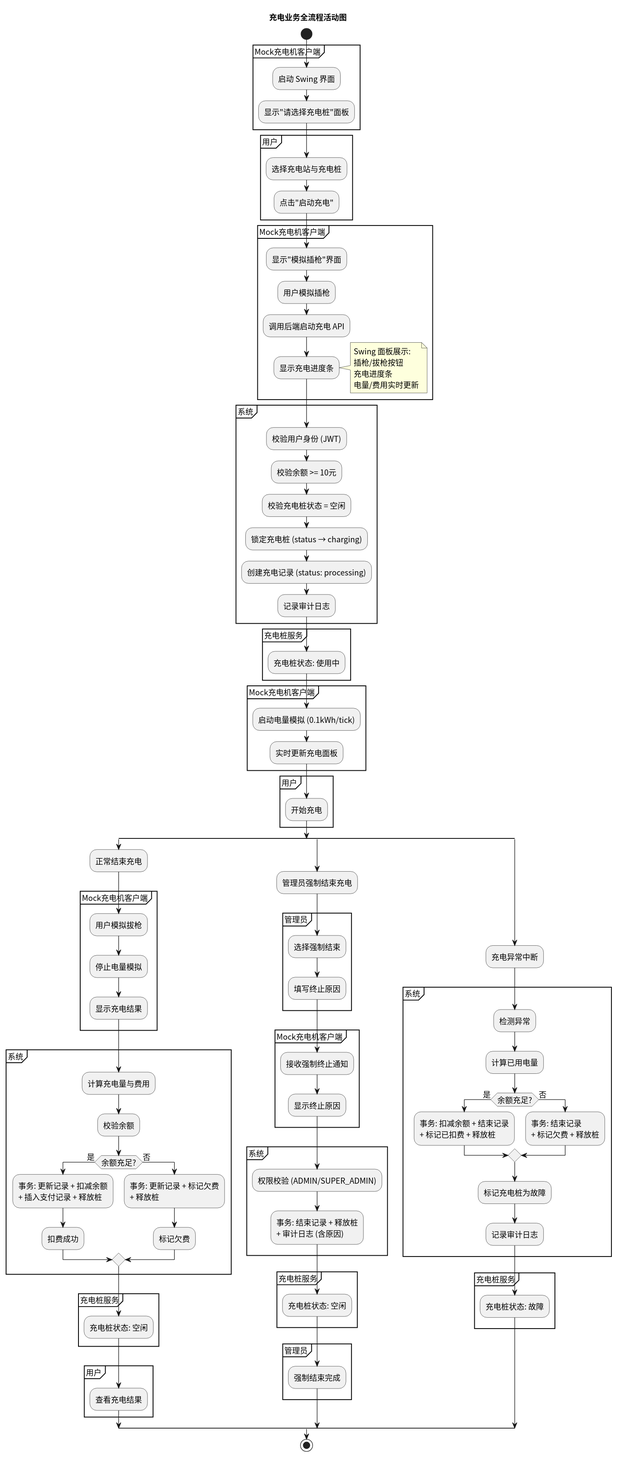
greenhandzdl/charging-station-doc keeps this PlantUML diagram as activity/img/activity_charging.svg. Above is the earlier version.
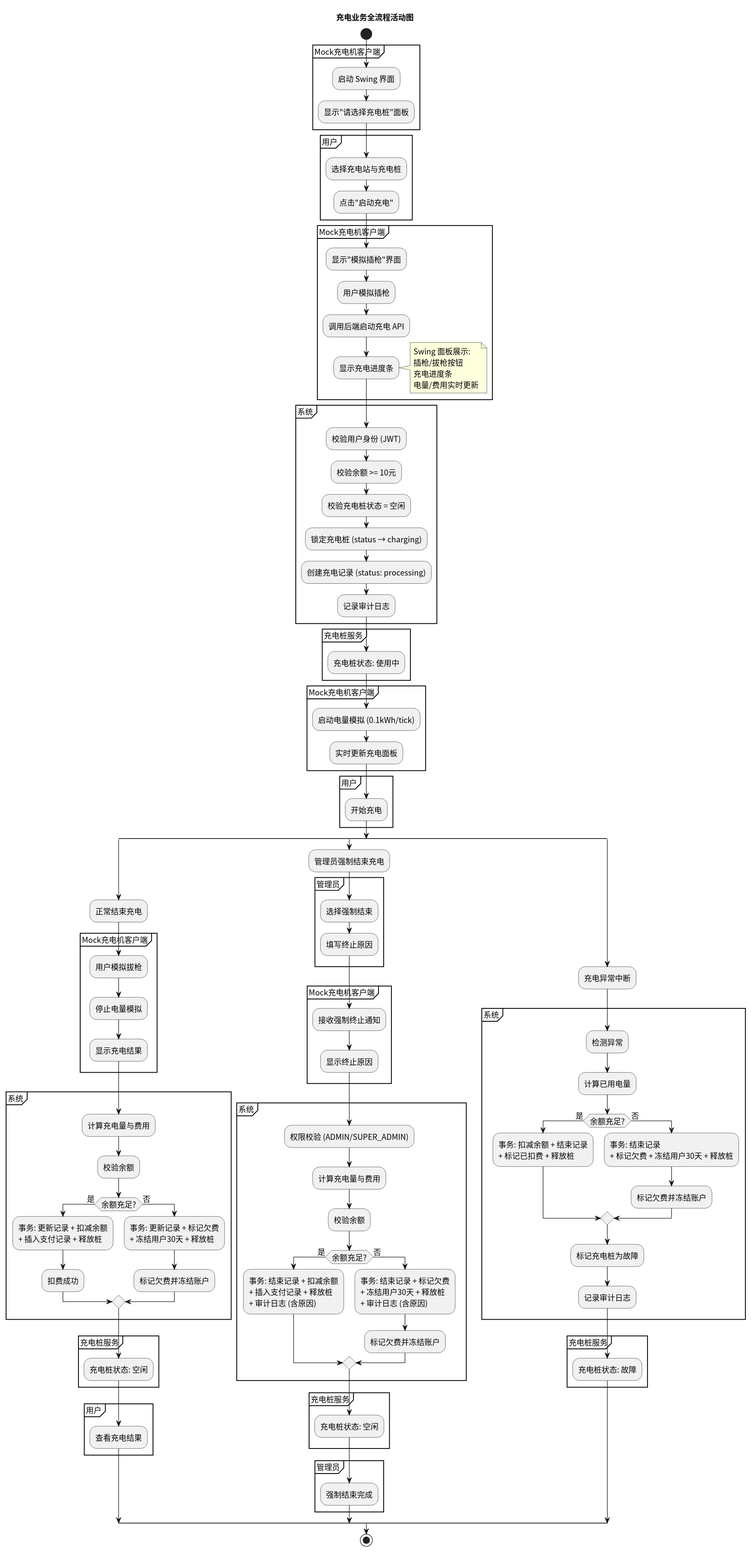
After the change.

What changed in the source:
```diff
@@ -65,8 +65,8 @@
       :事务: 更新记录 + 扣减余额\n+ 插入支付记录 + 释放桩;
       :扣费成功;
     else (否)
-      :事务: 更新记录 + 标记欠费\n+ 释放桩;
-      :标记欠费;
+      :事务: 更新记录 + 标记欠费\n+ 冻结用户30天 + 释放桩;
+      :标记欠费并冻结账户;
     endif
   }
 
@@ -92,7 +92,14 @@
 
   partition "系统" {
     :权限校验 (ADMIN/SUPER_ADMIN);
-    :事务: 结束记录 + 释放桩\n+ 审计日志 (含原因);
+    :计算充电量与费用;
+    :校验余额;
+    if (余额充足?) then (是)
+      :事务: 结束记录 + 扣减余额\n+ 插入支付记录 + 释放桩\n+ 审计日志 (含原因);
+    else (否)
+      :事务: 结束记录 + 标记欠费\n+ 冻结用户30天 + 释放桩\n+ 审计日志 (含原因);
+      :标记欠费并冻结账户;
+    endif
   }
 
   partition "充电桩服务" {
@@ -111,7 +118,8 @@
     if (余额充足?) then (是)
       :事务: 扣减余额 + 结束记录\n+ 标记已扣费 + 释放桩;
     else (否)
-      :事务: 结束记录\n+ 标记欠费 + 释放桩;
+      :事务: 结束记录\n+ 标记欠费 + 冻结用户30天 + 释放桩;
+      :标记欠费并冻结账户;
     endif
     :标记充电桩为故障;
     :记录审计日志;
```
